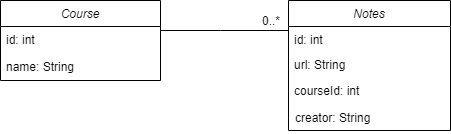
prashastbindal/notebook keeps this draw.io diagram as docs/uml.png. Above is the earlier version. Source tidied: cells renumbered, new cells last; positions are measured from the earlier drawing's top-left corner, leaving out a move shared by most shapes. Its diagram source:
```xml
<mxGraphModel>
  <root>
    <mxCell id="0" />
    <mxCell id="1" parent="0" />
    <mxCell id="2" value="Course" style="swimlane;fontStyle=2;align=center;verticalAlign=top;horizontal=1;startSize=26;rounded=0;shadow=0;strokeWidth=1;" parent="1" vertex="1">
      <mxGeometry width="160" height="80" as="geometry" />
    </mxCell>
    <mxCell id="3" value="id: int" style="text;align=left;verticalAlign=top;spacingLeft=4;spacingRight=4;overflow=hidden;" parent="2" vertex="1">
      <mxGeometry y="26" width="160" height="24" as="geometry" />
    </mxCell>
    <mxCell id="4" value="Notes" style="swimlane;fontStyle=2;align=center;verticalAlign=top;horizontal=1;startSize=26;rounded=0;shadow=0;strokeWidth=1;" parent="1" vertex="1">
      <mxGeometry x="288" width="162" height="130" as="geometry" />
    </mxCell>
    <mxCell id="5" value="id: int" style="text;align=left;verticalAlign=top;spacingLeft=4;spacingRight=4;overflow=hidden;" parent="4" vertex="1">
      <mxGeometry y="26" width="162" height="26" as="geometry" />
    </mxCell>
    <mxCell id="6" style="endArrow=none;shadow=0;strokeWidth=1;strokeColor=#000000;rounded=0;endFill=0;edgeStyle=elbowEdgeStyle;elbow=vertical;" parent="1" edge="1" source="2" target="4">
      <mxGeometry x="0.5" y="41" relative="1" as="geometry">
        <Array as="points">
          <mxPoint x="220" y="30" />
          <mxPoint x="180" y="40" />
        </Array>
        <mxPoint x="-40" y="32" as="offset" />
      </mxGeometry>
    </mxCell>
    <mxCell id="7" value="0..*" style="align=left;verticalAlign=bottom;labelBackgroundColor=none;fontSize=12;" parent="6" vertex="1">
      <mxGeometry x="-1" relative="1" as="geometry">
        <mxPoint x="100" as="offset" />
      </mxGeometry>
    </mxCell>
    <mxCell id="8" value="courseId: int" style="text;align=left;verticalAlign=top;spacingLeft=4;spacingRight=4;overflow=hidden;" parent="1" vertex="1">
      <mxGeometry x="288" y="77" width="160" height="26" as="geometry" />
    </mxCell>
    <mxCell id="9" value="creator: String" style="text;align=left;verticalAlign=top;spacingLeft=4;spacingRight=4;overflow=hidden;" parent="1" vertex="1">
      <mxGeometry x="289" y="104" width="160" height="26" as="geometry" />
    </mxCell>
    <mxCell id="10" value="name: String" style="text;align=left;verticalAlign=top;spacingLeft=4;spacingRight=4;overflow=hidden;" parent="1" vertex="1">
      <mxGeometry y="53" width="160" height="24" as="geometry" />
    </mxCell>
    <mxCell id="11" value="url: String" style="text;align=left;verticalAlign=top;spacingLeft=4;spacingRight=4;overflow=hidden;" parent="1" vertex="1">
      <mxGeometry x="288" y="51" width="162" height="26" as="geometry" />
    </mxCell>
  </root>
</mxGraphModel>
```
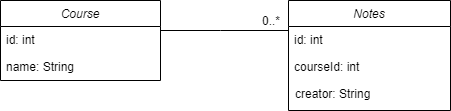
The same file after the commit.

Commit message:
removed url from notes on uml

Diff of the diagram source:
```diff
@@ -9,7 +9,7 @@
       <mxGeometry y="26" width="160" height="24" as="geometry" />
     </mxCell>
     <mxCell id="4" value="Notes" style="swimlane;fontStyle=2;align=center;verticalAlign=top;horizontal=1;startSize=26;rounded=0;shadow=0;strokeWidth=1;" parent="1" vertex="1">
-      <mxGeometry x="288" width="162" height="130" as="geometry" />
+      <mxGeometry x="288" width="162" height="110" as="geometry" />
     </mxCell>
     <mxCell id="5" value="id: int" style="text;align=left;verticalAlign=top;spacingLeft=4;spacingRight=4;overflow=hidden;" parent="4" vertex="1">
       <mxGeometry y="26" width="162" height="26" as="geometry" />
@@ -29,16 +29,13 @@
       </mxGeometry>
     </mxCell>
     <mxCell id="8" value="courseId: int" style="text;align=left;verticalAlign=top;spacingLeft=4;spacingRight=4;overflow=hidden;" parent="1" vertex="1">
-      <mxGeometry x="288" y="77" width="160" height="26" as="geometry" />
+      <mxGeometry x="288" y="53" width="160" height="26" as="geometry" />
     </mxCell>
     <mxCell id="9" value="creator: String" style="text;align=left;verticalAlign=top;spacingLeft=4;spacingRight=4;overflow=hidden;" parent="1" vertex="1">
-      <mxGeometry x="289" y="104" width="160" height="26" as="geometry" />
+      <mxGeometry x="289" y="80" width="160" height="26" as="geometry" />
     </mxCell>
     <mxCell id="10" value="name: String" style="text;align=left;verticalAlign=top;spacingLeft=4;spacingRight=4;overflow=hidden;" parent="1" vertex="1">
       <mxGeometry y="53" width="160" height="24" as="geometry" />
     </mxCell>
-    <mxCell id="11" value="url: String" style="text;align=left;verticalAlign=top;spacingLeft=4;spacingRight=4;overflow=hidden;" parent="1" vertex="1">
-      <mxGeometry x="288" y="51" width="162" height="26" as="geometry" />
-    </mxCell>
   </root>
 </mxGraphModel>
```
